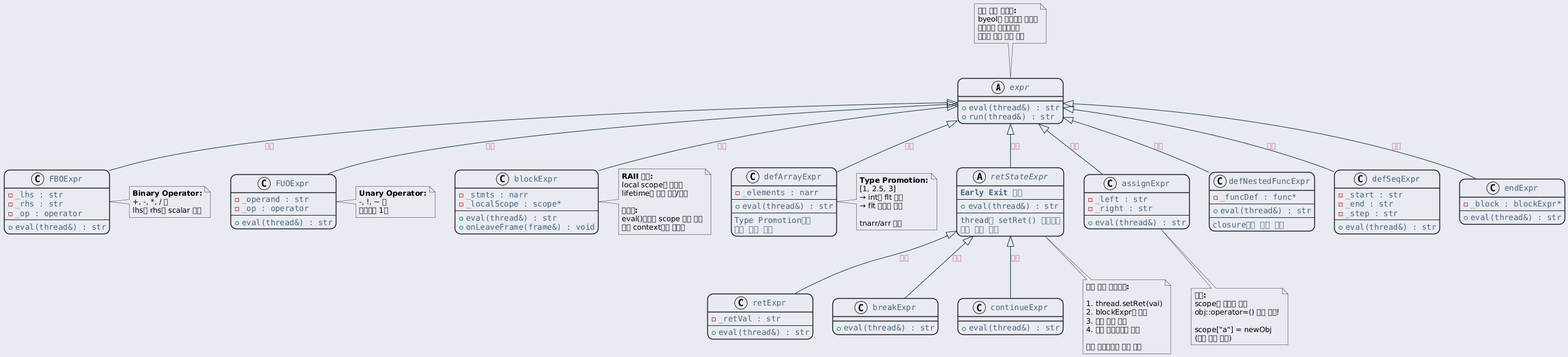
This is ref/generated/ko/inline_umlgraph_22.png from byeolang/website, a PlantUML export, as it was before one commit. Its diagram source:
```plantuml
@startuml inline_umlgraph_22.png
<style>
  root {
    BackGroundColor: #E9EBF2;
  }
  class, node, object, participant, actor, boundary, control, entity, database, collections, queue {
    LineThickness: 1.5;
    HorizontalAlignment center;
    FontColor: #47637b;
    FontSize: 14;
    FontName: "Courier";
    RoundCorner: 20;
  }
  arrow {
    LineColor: #112a40;
    FontColor: #ca5fa4;
    FontStyle: "bold"
  }
  visibilityIcon {
    protected {
      LineColor DarkGoldenRod
      BackgroundColor DarkGoldenRod
    }
}
</style>
abstract class "expr" as expr {
    + eval(thread&) : str
    + run(thread&) : str
}

abstract class "retStateExpr" as retStateExpr {
    <b>Early Exit 패턴</b>
    ---
    + eval(thread&) : str
    ---
    thread에 setRet() 설정하여
    블록 즉시 종료
}

class "FBOExpr" as FBOExpr {
    - _lhs : str
    - _rhs : str
    - _op : operator
    ---
    + eval(thread&) : str
}

class "FUOExpr" as FUOExpr {
    - _operand : str
    - _op : operator
    ---
    + eval(thread&) : str
}

class "assignExpr" as assignExpr {
    - _left : str
    - _right : str
    ---
    + eval(thread&) : str
}

class "blockExpr" as blockExpr {
    - _stmts : narr
    - _localScope : scope*
    ---
    + eval(thread&) : str
    + onLeaveFrame(frame&) : void
}

class "defArrayExpr" as defArrayExpr {
    - _elements : narr
    ---
    + eval(thread&) : str
    ---
    Type Promotion으로
    배열 타입 추론
}

class "defNestedFuncExpr" as defNestedFuncExpr {
    - _funcDef : func*
    ---
    + eval(thread&) : str
    ---
    closure로도 활용 가능
}

class "defSeqExpr" as defSeqExpr {
    - _start : str
    - _end : str
    - _step : str
    ---
    + eval(thread&) : str
}

class "endExpr" as endExpr {
    - _block : blockExpr*
    ---
    + eval(thread&) : str
}

class "retExpr" as retExpr {
    - _retVal : str
    ---
    + eval(thread&) : str
}

class "breakExpr" as breakExpr {
    + eval(thread&) : str
}

class "continueExpr" as continueExpr {
    + eval(thread&) : str
}

note top of expr
  <b>모든 것이 표현식:</b>
  byeol은 대부분이 표현식
  블록문도 표현식이며
  마지막 줄의 결과 반환
end note

note right of FBOExpr
  <b>Binary Operator:</b>
  +, -, *, / 등
  lhs와 rhs는 scalar 타입
end note

note right of FUOExpr
  <b>Unary Operator:</b>
  -, !, ~ 등
  피연산자 1개
end note

note bottom of assignExpr
  <b>중요:</b>
  scope의 참조를 변경
  obj::operator=() 호출 아님!

  scope["a"] = newObj
  (깊은 복사 아님)
end note

note right of blockExpr
  <b>RAII 패턴:</b>
  local scope가 블록의
  lifetime과 함께 생성/소멸

  <b>최적화:</b>
  eval()에서는 scope 생성 안함
  특정 context에서 불필요
end note

note right of defArrayExpr
  <b>Type Promotion:</b>
  [1, 2.5, 3]
  → int와 flt 섞임
  → flt 배열로 승격

  tnarr/arr 사용
end note

note bottom of retStateExpr
  <b>블록 종료 메커니즘:</b>

  1. thread.setRet(val)
  2. blockExpr이 감지
  3. 모든 동작 중단
  4. 값을 호출자에게 반환

  중첩 블록에서도 즉시 탈출
end note

expr <|-- FBOExpr : 상속
expr <|-- FUOExpr : 상속
expr <|-- assignExpr : 상속
expr <|-- blockExpr : 상속
expr <|-- defArrayExpr : 상속
expr <|-- defNestedFuncExpr : 상속
expr <|-- defSeqExpr : 상속
expr <|-- endExpr : 상속
expr <|-- retStateExpr : 상속

retStateExpr <|-- retExpr : 상속
retStateExpr <|-- breakExpr : 상속
retStateExpr <|-- continueExpr : 상속
@enduml
```
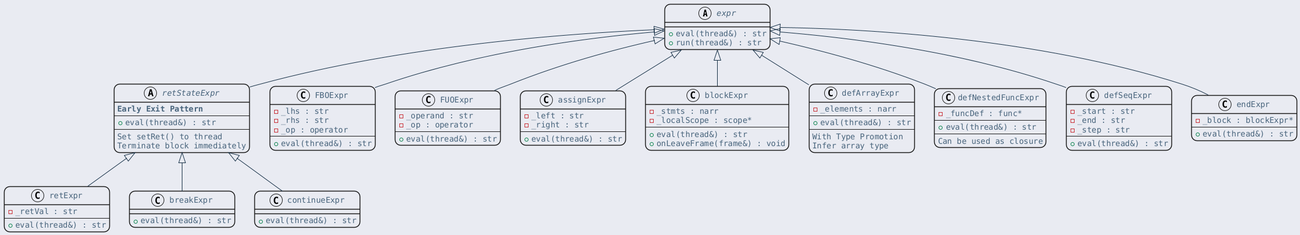
The same file after the commit.

The edit, as a diff of the source:
```diff
@@ -29,12 +29,12 @@
 }
 
 abstract class "retStateExpr" as retStateExpr {
-    <b>Early Exit 패턴</b>
+    <b>Early Exit Pattern</b>
     ---
     + eval(thread&) : str
     ---
-    thread에 setRet() 설정하여
-    블록 즉시 종료
+    Set setRet() to thread
+    Terminate block immediately
 }
 
 class "FBOExpr" as FBOExpr {
@@ -72,8 +72,8 @@
     ---
     + eval(thread&) : str
     ---
-    Type Promotion으로
-    배열 타입 추론
+    With Type Promotion
+    Infer array type
 }
 
 class "defNestedFuncExpr" as defNestedFuncExpr {
@@ -81,7 +81,7 @@
     ---
     + eval(thread&) : str
     ---
-    closure로도 활용 가능
+    Can be used as closure
 }
 
 class "defSeqExpr" as defSeqExpr {
@@ -112,75 +112,17 @@
     + eval(thread&) : str
 }
 
-note top of expr
-  <b>모든 것이 표현식:</b>
-  byeol은 대부분이 표현식
-  블록문도 표현식이며
-  마지막 줄의 결과 반환
-end note
+expr <|-- FBOExpr
+expr <|-- FUOExpr
+expr <|-- assignExpr
+expr <|-- blockExpr
+expr <|-- defArrayExpr
+expr <|-- defNestedFuncExpr
+expr <|-- defSeqExpr
+expr <|-- endExpr
+expr <|-- retStateExpr
 
-note right of FBOExpr
-  <b>Binary Operator:</b>
-  +, -, *, / 등
-  lhs와 rhs는 scalar 타입
-end note
-
-note right of FUOExpr
-  <b>Unary Operator:</b>
-  -, !, ~ 등
-  피연산자 1개
-end note
-
-note bottom of assignExpr
-  <b>중요:</b>
-  scope의 참조를 변경
-  obj::operator=() 호출 아님!
-
-  scope["a"] = newObj
-  (깊은 복사 아님)
-end note
-
-note right of blockExpr
-  <b>RAII 패턴:</b>
-  local scope가 블록의
-  lifetime과 함께 생성/소멸
-
-  <b>최적화:</b>
-  eval()에서는 scope 생성 안함
-  특정 context에서 불필요
-end note
-
-note right of defArrayExpr
-  <b>Type Promotion:</b>
-  [1, 2.5, 3]
-  → int와 flt 섞임
-  → flt 배열로 승격
-
-  tnarr/arr 사용
-end note
-
-note bottom of retStateExpr
-  <b>블록 종료 메커니즘:</b>
-
-  1. thread.setRet(val)
-  2. blockExpr이 감지
-  3. 모든 동작 중단
-  4. 값을 호출자에게 반환
-
-  중첩 블록에서도 즉시 탈출
-end note
-
-expr <|-- FBOExpr : 상속
-expr <|-- FUOExpr : 상속
-expr <|-- assignExpr : 상속
-expr <|-- blockExpr : 상속
-expr <|-- defArrayExpr : 상속
-expr <|-- defNestedFuncExpr : 상속
-expr <|-- defSeqExpr : 상속
-expr <|-- endExpr : 상속
-expr <|-- retStateExpr : 상속
-
-retStateExpr <|-- retExpr : 상속
-retStateExpr <|-- breakExpr : 상속
-retStateExpr <|-- continueExpr : 상속
+retStateExpr <|-- retExpr
+retStateExpr <|-- breakExpr
+retStateExpr <|-- continueExpr
 @enduml
```
